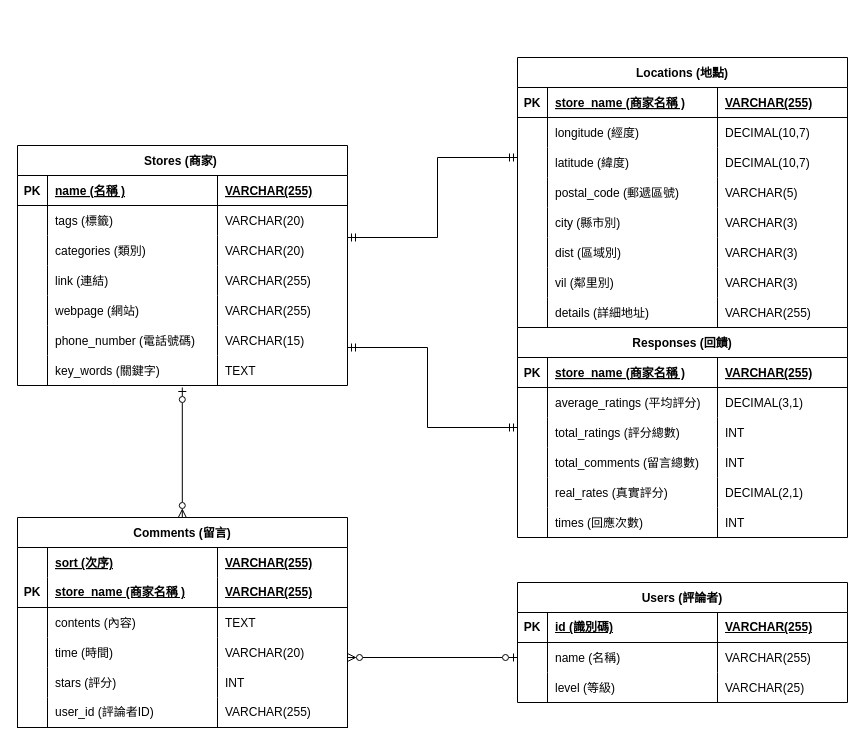
This is page "正式版" (1 of 2) of 專案檔案/地圖結果資料庫/初步實體關係圖.drawio from Cuddles-Yu/ntub-coding, a draw.io file, before an edit. Source tidied: cells renumbered, new cells numbered last; positions are measured from the earlier drawing's top-left corner, leaving out a move shared by most shapes. Both pictures are drawn from the tidied source at 100%, with x=0, y=0 at pixel (17, 57).
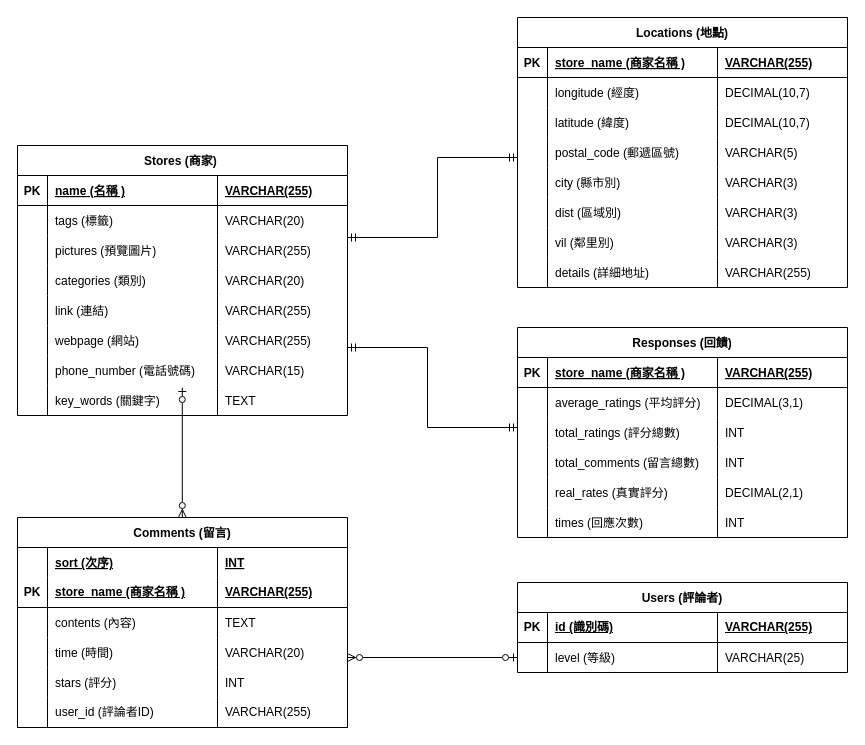
The same diagram, later.

Commit message (it also covers changes not shown here):
[地圖結果資料庫]進度 - 修改實體關係表與程式碼

The change refers to these unchanged cells:
```xml
<mxCell id="36" style="shape=partialRectangle;fillColor=none;top=0;left=0;right=0;bottom=0;" parent="35" vertex="1">
  <mxGeometry y="30" width="330" height="30" as="geometry" />
</mxCell>
```

What changed in the source:
```diff
@@
     <mxCell id="2" value="Locations (地點)" style="shape=table;startSize=30;childLayout=tableLayout;rowLines=0;fontStyle=1;align=center;" parent="1" vertex="1">
-      <mxGeometry x="500" width="330" height="270" as="geometry" />
+      <mxGeometry x="500" y="-40" width="330" height="270" as="geometry" />
     </mxCell>
@@
-    <mxCell id="39" value="VARCHAR(255)" style="shape=partialRectangle;overflow=hidden;fillColor=none;top=0;left=0;bottom=0;right=0;align=left;spacingLeft=6;fontStyle=5;" parent="36" vertex="1">
+    <mxCell id="39" value="INT" style="shape=partialRectangle;overflow=hidden;fillColor=none;top=0;left=0;bottom=0;right=0;align=left;spacingLeft=6;fontStyle=5;" parent="36" vertex="1">
       <mxGeometry x="200" width="130" height="30" as="geometry" />
     </mxCell>
@@
     <mxCell id="61" value="Stores (商家) " style="shape=table;startSize=30;childLayout=tableLayout;rowLines=0;fontStyle=1;align=center;" parent="1" vertex="1">
-      <mxGeometry y="88" width="330" height="240" as="geometry" />
+      <mxGeometry y="88" width="330" height="270" as="geometry" />
     </mxCell>
@@
+    <mxCell id="132" style="shape=partialRectangle;fillColor=none;top=0;left=0;right=0;bottom=0;" parent="61" vertex="1">
+      <mxGeometry y="90" width="330" height="30" as="geometry" />
+    </mxCell>
+    <mxCell id="96" style="shape=partialRectangle;overflow=hidden;fillColor=none;top=0;left=0;bottom=0;right=0;" parent="132" vertex="1">
+      <mxGeometry width="30" height="30" as="geometry" />
+    </mxCell>
+    <mxCell id="133" value="pictures (預覽圖片) " style="shape=partialRectangle;overflow=hidden;fillColor=none;top=0;left=0;bottom=0;right=0;align=left;spacingLeft=6;" parent="132" vertex="1">
+      <mxGeometry x="30" width="170" height="30" as="geometry" />
+    </mxCell>
+    <mxCell id="98" value="VARCHAR(255)" style="shape=partialRectangle;overflow=hidden;fillColor=none;top=0;left=0;bottom=0;right=0;align=left;spacingLeft=6;" parent="132" vertex="1">
+      <mxGeometry x="200" width="130" height="30" as="geometry" />
+    </mxCell>
     <mxCell id="70" style="shape=partialRectangle;fillColor=none;top=0;left=0;right=0;bottom=0;" parent="61" vertex="1">
-      <mxGeometry y="90" width="330" height="30" as="geometry" />
+      <mxGeometry y="120" width="330" height="30" as="geometry" />
     </mxCell>
@@
     <mxCell id="74" style="shape=partialRectangle;fillColor=none;top=0;left=0;right=0;bottom=0;" parent="61" vertex="1">
-      <mxGeometry y="120" width="330" height="30" as="geometry" />
+      <mxGeometry y="150" width="330" height="30" as="geometry" />
     </mxCell>
@@
     <mxCell id="78" style="shape=partialRectangle;fillColor=none;top=0;left=0;right=0;bottom=0;" parent="61" vertex="1">
-      <mxGeometry y="150" width="330" height="30" as="geometry" />
+      <mxGeometry y="180" width="330" height="30" as="geometry" />
     </mxCell>
@@
     <mxCell id="82" style="shape=partialRectangle;fillColor=none;top=0;left=0;right=0;bottom=0;" parent="61" vertex="1">
-      <mxGeometry y="180" width="330" height="30" as="geometry" />
+      <mxGeometry y="210" width="330" height="30" as="geometry" />
     </mxCell>
@@
     <mxCell id="86" style="shape=partialRectangle;fillColor=none;top=0;left=0;right=0;bottom=0;" parent="61" vertex="1">
-      <mxGeometry y="210" width="330" height="30" as="geometry" />
+      <mxGeometry y="240" width="330" height="30" as="geometry" />
     </mxCell>
@@
     <mxCell id="90" value="Users (評論者)" style="shape=table;startSize=30;childLayout=tableLayout;rowLines=0;fontStyle=1;align=center;" parent="1" vertex="1">
-      <mxGeometry x="500" y="525" width="330" height="120" as="geometry" />
+      <mxGeometry x="500" y="525" width="330" height="90" as="geometry" />
     </mxCell>
@@
-    <mxCell id="95" style="shape=partialRectangle;fillColor=none;points=[[0,0.5],[1,0.5]];portConstraint=eastwest;top=0;left=0;right=0;bottom=0;" parent="90" vertex="1">
-      <mxGeometry y="60" width="330" height="30" as="geometry" />
-    </mxCell>
-    <mxCell id="96" style="shape=partialRectangle;overflow=hidden;fillColor=none;top=0;left=0;bottom=0;right=0;" parent="95" vertex="1">
-      <mxGeometry width="30" height="30" as="geometry" />
-    </mxCell>
-    <mxCell id="97" value="name (名稱)" style="shape=partialRectangle;overflow=hidden;fillColor=none;top=0;left=0;bottom=0;right=0;align=left;spacingLeft=6;" parent="95" vertex="1">
-      <mxGeometry x="30" width="170" height="30" as="geometry" />
-    </mxCell>
-    <mxCell id="98" value="VARCHAR(255)" style="shape=partialRectangle;overflow=hidden;fillColor=none;top=0;left=0;bottom=0;right=0;align=left;spacingLeft=6;" parent="95" vertex="1">
-      <mxGeometry x="200" width="130" height="30" as="geometry" />
-    </mxCell>
     <mxCell id="99" style="shape=partialRectangle;fillColor=none;top=0;left=0;right=0;bottom=0;" parent="90" vertex="1">
-      <mxGeometry y="90" width="330" height="30" as="geometry" />
+      <mxGeometry y="60" width="330" height="30" as="geometry" />
     </mxCell>
@@
-    <mxCell id="131" style="edgeStyle=orthogonalEdgeStyle;rounded=0;jettySize=auto;html=1;endArrow=ERzeroToMany;endFill=0;startArrow=ERzeroToOne;startFill=0;exitX=0;exitY=0.5;exitDx=0;exitDy=0;" parent="1" edge="1" source="95">
+    <mxCell id="131" style="edgeStyle=orthogonalEdgeStyle;rounded=0;orthogonalLoop=1;jettySize=auto;html=1;endArrow=ERzeroToMany;endFill=0;startArrow=ERzeroToOne;startFill=0;exitX=0;exitY=0.5;exitDx=0;exitDy=0;" parent="1" edge="1">
       <mxGeometry relative="1" as="geometry">
+        <mxPoint x="500" y="600" as="sourcePoint" />
         <mxPoint x="330" y="600" as="targetPoint" />
       </mxGeometry>
     </mxCell>
```
